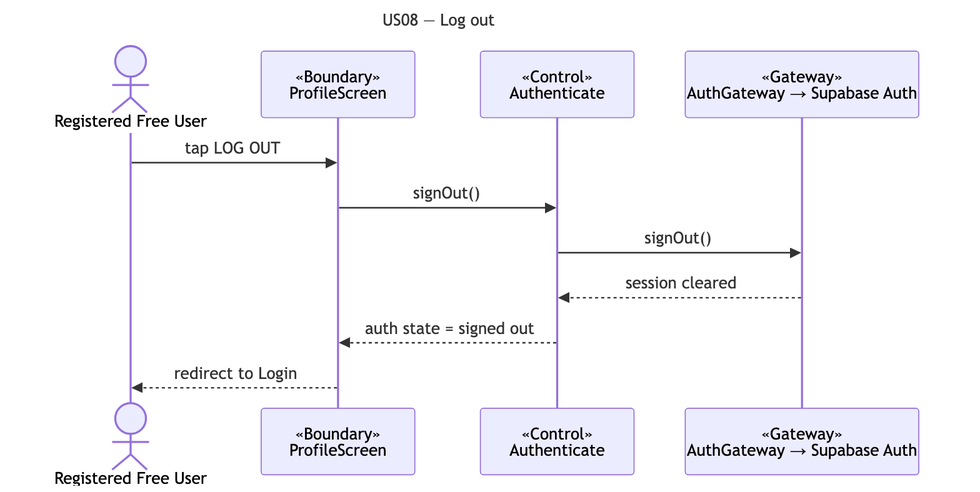
Before: docs/deliverables/sequence-diagrams/US08-log-out.png, a diagram exported from Mermaid (cyuanjun/FYP-26-S2-37-app). Its source is kept beside it as docs/deliverables/sequence-diagrams/src/US08-log-out.mmd.
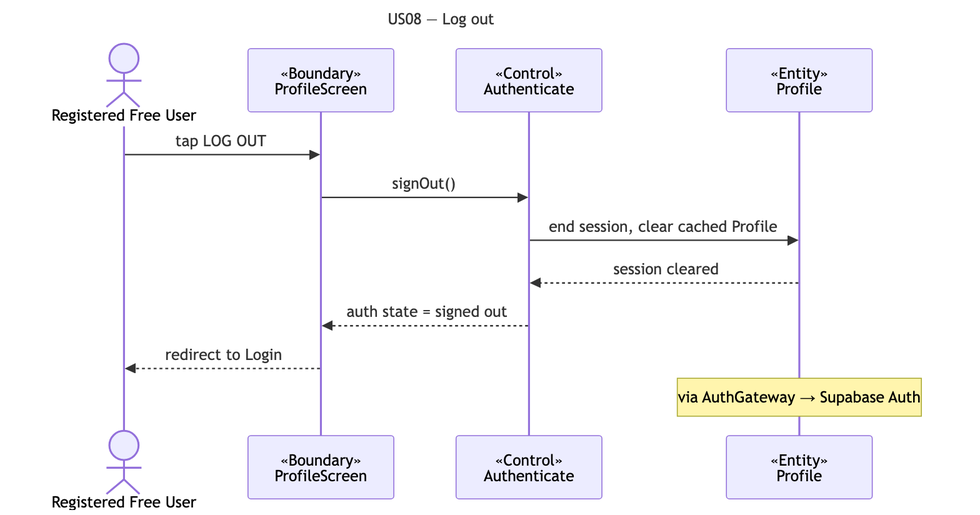
Later version of the same file.

Change to the diagram source:
```diff
@@ -5,10 +5,11 @@
   actor A as Registered Free User
   participant B as «Boundary»<br/>ProfileScreen
   participant C as «Control»<br/>Authenticate
-  participant G as «Gateway»<br/>AuthGateway → Supabase Auth
+  participant E as «Entity»<br/>Profile
   A->>B: tap LOG OUT
   B->>C: signOut()
-  C->>G: signOut()
-  G-->>C: session cleared
+  C->>E: end session, clear cached Profile
+  E-->>C: session cleared
   C-->>B: auth state = signed out
   B-->>A: redirect to Login
+  note over E: via AuthGateway → Supabase Auth
```
